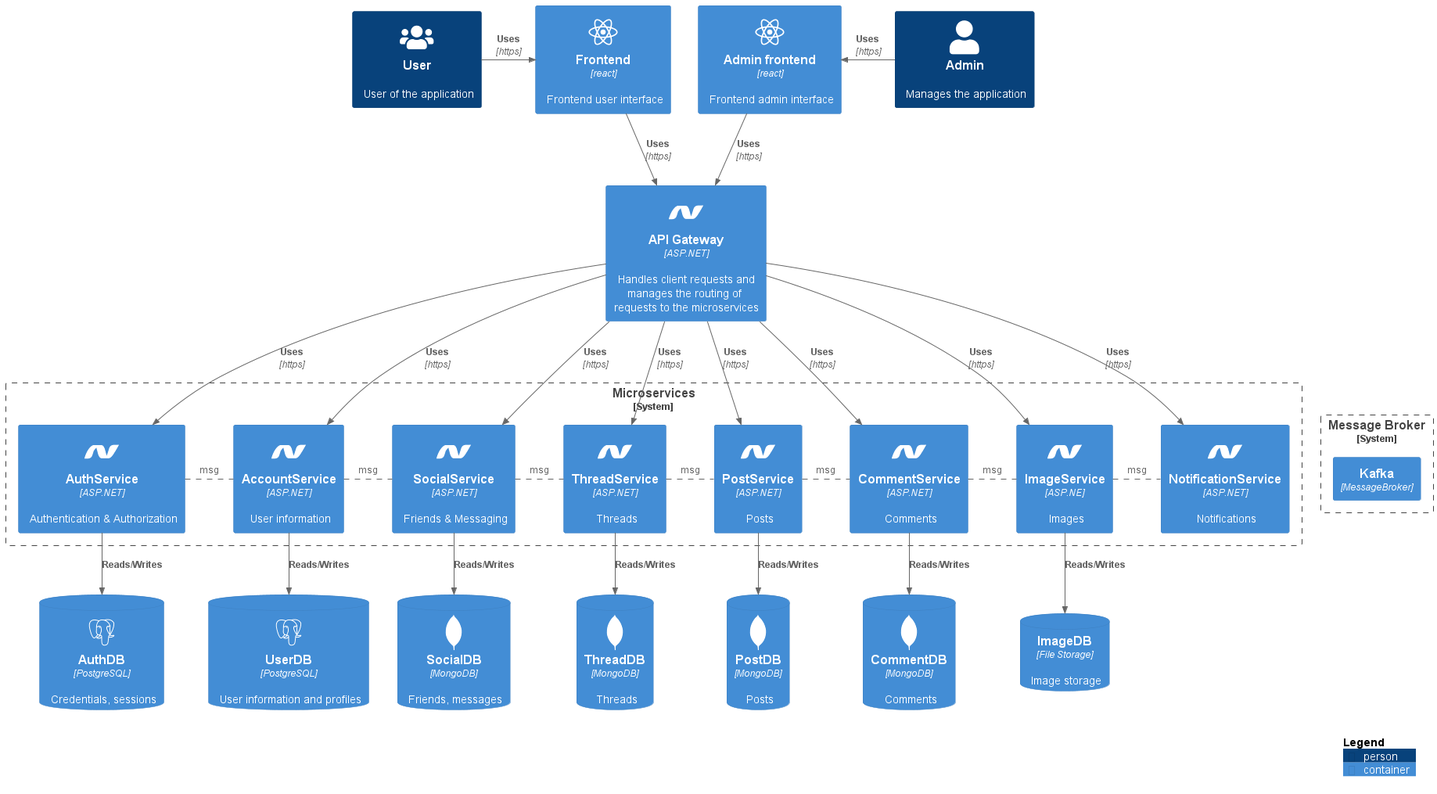
The PlantUML diagram Architecture/Architecture_C2.png in KevinvdHoogenhof/ForumApp-Main, before a commit.
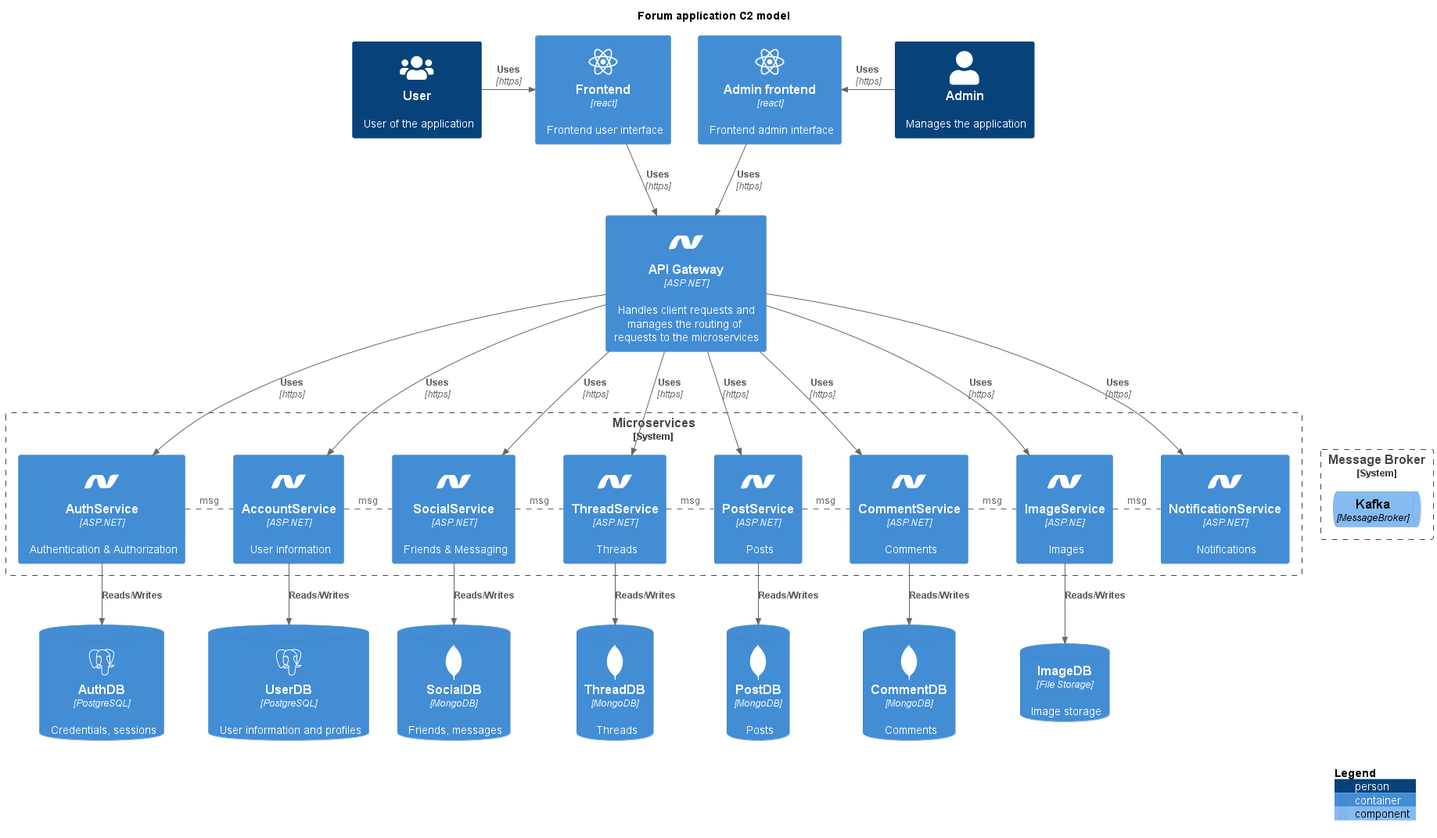
After the commit.

Change to the diagram source:
```diff
@@ -1,4 +1,5 @@
 @startuml Architecture_C2
+title Forum application C2 model
 
 !include <C4/C4_Component>
 !define DEVICONS https://raw.githubusercontent.com/tupadr3/plantuml-icon-font-sprites/master/devicons
@@ -37,7 +38,7 @@
 ContainerDb(imagedb, "ImageDB", "File Storage", "Image storage")
 
 System_Boundary(mb, "Message Broker", " "){
-Container(mq, "Kafka", "MessageBroker")
+ComponentQueue(mq, "Kafka", "MessageBroker")
 }
 
 Rel_R(user, frontend, "Uses", "https")
```
